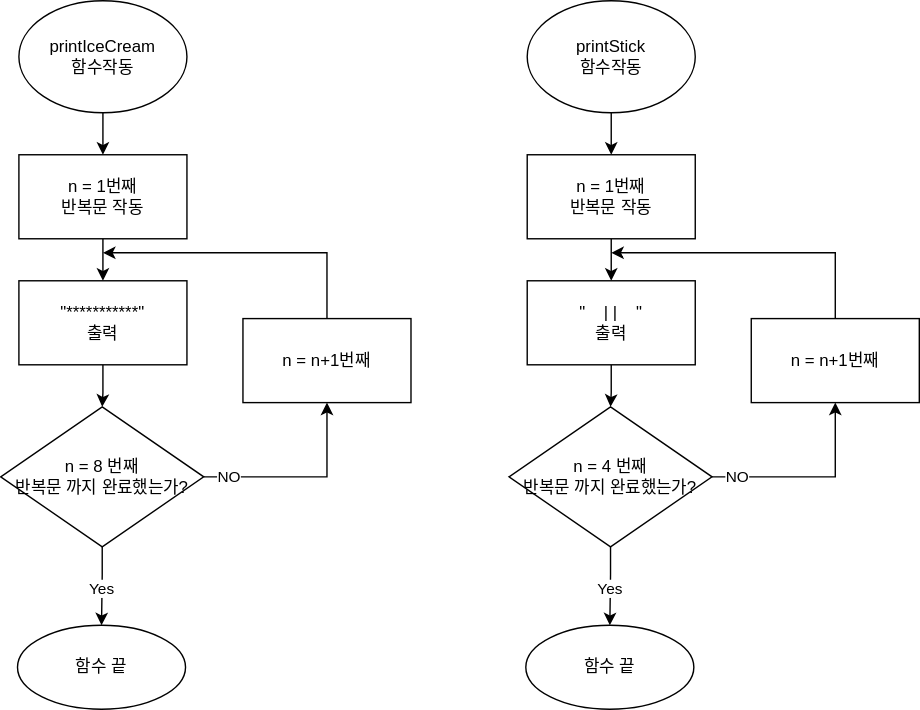
The draw.io diagram flowchart.svg in yagom-academy/swift-starter-Round1, before a commit. Source tidied: cells renumbered, new cells last; positions are measured from the earlier drawing's top-left corner, leaving out a move shared by most shapes.
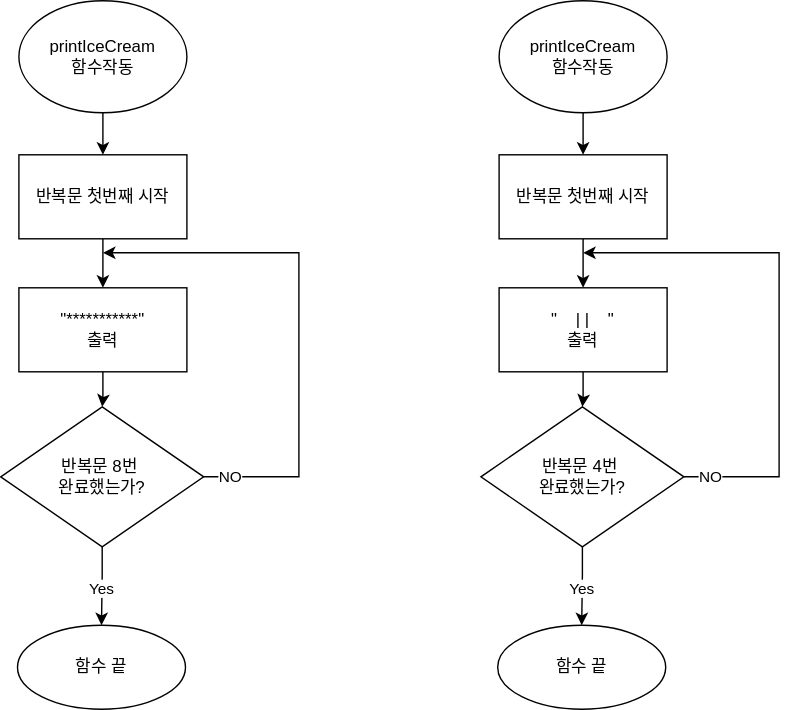
Later version of the same file.

Commit message:
code추가(아이스크림 길고짧게구현하는코드), flowchart 수정 (직관적으로)

The edit, as a diff of the source:
```diff
@@ -11,14 +11,14 @@
     <mxCell id="4" style="edgeStyle=orthogonalEdgeStyle;rounded=0;jettySize=auto;html=1;" parent="1" edge="1" source="5" target="7">
       <mxGeometry relative="1" as="geometry" />
     </mxCell>
-    <mxCell id="5" value="n = 1번째 &lt;br&gt;반복문 작동" style="whiteSpace=wrap;html=1;" parent="1" vertex="1">
+    <mxCell id="5" value="반복문 첫번째 시작" style="whiteSpace=wrap;html=1;" parent="1" vertex="1">
       <mxGeometry x="13" y="110" width="120" height="60" as="geometry" />
     </mxCell>
     <mxCell id="6" style="edgeStyle=orthogonalEdgeStyle;rounded=0;jettySize=auto;html=1;" parent="1" edge="1" source="7" target="10">
       <mxGeometry relative="1" as="geometry" />
     </mxCell>
     <mxCell id="7" value="&quot;***********&quot;&lt;br&gt;출력" style="whiteSpace=wrap;html=1;" parent="1" vertex="1">
-      <mxGeometry x="13" y="200" width="120" height="60" as="geometry" />
+      <mxGeometry x="13" y="205" width="120" height="60" as="geometry" />
     </mxCell>
     <mxCell id="8" value="Yes" style="edgeStyle=orthogonalEdgeStyle;rounded=0;jettySize=auto;html=1;" parent="1" edge="1" source="10" target="11">
       <mxGeometry x="0.07" relative="1" as="geometry">
@@ -27,72 +27,62 @@
         </Array>
       </mxGeometry>
     </mxCell>
-    <mxCell id="9" value="NO" style="edgeStyle=orthogonalEdgeStyle;rounded=0;jettySize=auto;html=1;entryX=0.5;entryY=1;entryDx=0;entryDy=0;" parent="1" edge="1" source="10" target="13">
-      <mxGeometry x="-0.74" relative="1" as="geometry" />
-    </mxCell>
+    <mxCell id="26" value="NO" style="edgeStyle=orthogonalEdgeStyle;rounded=0;jettySize=auto;html=1;" parent="1" edge="1" source="10">
+      <mxGeometry x="-0.9" relative="1" as="geometry">
+        <mxPoint x="73" y="180" as="targetPoint" />
+        <Array as="points">
+          <mxPoint x="213" y="340" />
+          <mxPoint x="213" y="180" />
+          <mxPoint x="133" y="180" />
+        </Array>
+      </mxGeometry>
+    </mxCell>
-    <mxCell id="10" value="n = 8 번째 &lt;br&gt;반복문 까지 완료했는가?" style="rhombus;whiteSpace=wrap;html=1;" parent="1" vertex="1">
+    <mxCell id="10" value="반복문 8번&amp;nbsp;&lt;br&gt;완료했는가?" style="rhombus;whiteSpace=wrap;html=1;" parent="1" vertex="1">
       <mxGeometry y="290" width="145" height="100" as="geometry" />
     </mxCell>
     <mxCell id="11" value="함수 끝" style="ellipse;whiteSpace=wrap;html=1;" parent="1" vertex="1">
       <mxGeometry x="12" y="446" width="120" height="60" as="geometry" />
     </mxCell>
-    <mxCell id="12" style="edgeStyle=orthogonalEdgeStyle;rounded=0;jettySize=auto;html=1;" parent="1" edge="1" source="13">
-      <mxGeometry relative="1" as="geometry">
-        <mxPoint x="73" y="180" as="targetPoint" />
-        <Array as="points">
-          <mxPoint x="233" y="180" />
-          <mxPoint x="73" y="180" />
-        </Array>
-      </mxGeometry>
-    </mxCell>
-    <mxCell id="13" value="n = n+1번째" style="rounded=0;whiteSpace=wrap;html=1;" parent="1" vertex="1">
-      <mxGeometry x="173" y="227" width="120" height="60" as="geometry" />
-    </mxCell>
-    <mxCell id="14" style="edgeStyle=orthogonalEdgeStyle;rounded=0;jettySize=auto;html=1;" parent="1" edge="1" source="15" target="17">
-      <mxGeometry relative="1" as="geometry" />
-    </mxCell>
-    <mxCell id="15" value="printStick&lt;br&gt;함수작동" style="ellipse;whiteSpace=wrap;html=1;" parent="1" vertex="1">
-      <mxGeometry x="376" width="120" height="80" as="geometry" />
-    </mxCell>
-    <mxCell id="16" style="edgeStyle=orthogonalEdgeStyle;rounded=0;jettySize=auto;html=1;" parent="1" edge="1" source="17" target="19">
-      <mxGeometry relative="1" as="geometry" />
-    </mxCell>
-    <mxCell id="17" value="n = 1번째 &lt;br&gt;반복문 작동" style="whiteSpace=wrap;html=1;" parent="1" vertex="1">
-      <mxGeometry x="376" y="110" width="120" height="60" as="geometry" />
-    </mxCell>
-    <mxCell id="18" style="edgeStyle=orthogonalEdgeStyle;rounded=0;jettySize=auto;html=1;" parent="1" edge="1" source="19" target="22">
-      <mxGeometry relative="1" as="geometry" />
-    </mxCell>
+    <mxCell id="27" style="edgeStyle=orthogonalEdgeStyle;rounded=0;jettySize=auto;html=1;" parent="1" edge="1" source="28" target="30">
+      <mxGeometry relative="1" as="geometry" />
+    </mxCell>
+    <mxCell id="28" value="printIceCream&lt;br&gt;함수작동" style="ellipse;whiteSpace=wrap;html=1;" parent="1" vertex="1">
+      <mxGeometry x="356" width="120" height="80" as="geometry" />
+    </mxCell>
+    <mxCell id="29" style="edgeStyle=orthogonalEdgeStyle;rounded=0;jettySize=auto;html=1;" parent="1" edge="1" source="30" target="19">
+      <mxGeometry relative="1" as="geometry" />
+    </mxCell>
+    <mxCell id="30" value="반복문 첫번째 시작" style="whiteSpace=wrap;html=1;" parent="1" vertex="1">
+      <mxGeometry x="356" y="110" width="120" height="60" as="geometry" />
+    </mxCell>
+    <mxCell id="31" style="edgeStyle=orthogonalEdgeStyle;rounded=0;jettySize=auto;html=1;" parent="1" edge="1" source="19" target="33">
+      <mxGeometry relative="1" as="geometry" />
+    </mxCell>
     <mxCell id="19" value="&quot;&amp;nbsp; &amp;nbsp; | |&amp;nbsp; &amp;nbsp; &quot;&lt;br&gt;출력" style="whiteSpace=wrap;html=1;" parent="1" vertex="1">
-      <mxGeometry x="376" y="200" width="120" height="60" as="geometry" />
+      <mxGeometry x="356" y="205" width="120" height="60" as="geometry" />
     </mxCell>
-    <mxCell id="20" value="Yes" style="edgeStyle=orthogonalEdgeStyle;rounded=0;jettySize=auto;html=1;" parent="1" edge="1" source="22" target="23">
+    <mxCell id="20" value="Yes" style="edgeStyle=orthogonalEdgeStyle;rounded=0;jettySize=auto;html=1;" parent="1" edge="1" source="33" target="23">
       <mxGeometry x="0.07" relative="1" as="geometry">
         <Array as="points">
-          <mxPoint x="436" y="410" />
+          <mxPoint x="416" y="410" />
         </Array>
       </mxGeometry>
     </mxCell>
-    <mxCell id="21" value="NO" style="edgeStyle=orthogonalEdgeStyle;rounded=0;jettySize=auto;html=1;entryX=0.5;entryY=1;entryDx=0;entryDy=0;" parent="1" edge="1" source="22" target="25">
-      <mxGeometry x="-0.74" relative="1" as="geometry" />
-    </mxCell>
-    <mxCell id="22" value="n = 4 번째 &lt;br&gt;반복문 까지 완료했는가?" style="rhombus;whiteSpace=wrap;html=1;" parent="1" vertex="1">
-      <mxGeometry x="363" y="290" width="145" height="100" as="geometry" />
-    </mxCell>
+    <mxCell id="32" value="NO" style="edgeStyle=orthogonalEdgeStyle;rounded=0;jettySize=auto;html=1;" parent="1" edge="1" source="33">
+      <mxGeometry x="-0.9" relative="1" as="geometry">
+        <mxPoint x="416" y="180" as="targetPoint" />
+        <Array as="points">
+          <mxPoint x="556" y="340" />
+          <mxPoint x="556" y="180" />
+          <mxPoint x="476" y="180" />
+        </Array>
+      </mxGeometry>
+    </mxCell>
+    <mxCell id="33" value="반복문 4번&amp;nbsp;&lt;br&gt;완료했는가?" style="rhombus;whiteSpace=wrap;html=1;" parent="1" vertex="1">
+      <mxGeometry x="343" y="290" width="145" height="100" as="geometry" />
+    </mxCell>
     <mxCell id="23" value="함수 끝" style="ellipse;whiteSpace=wrap;html=1;" parent="1" vertex="1">
-      <mxGeometry x="375" y="446" width="120" height="60" as="geometry" />
+      <mxGeometry x="355" y="446" width="120" height="60" as="geometry" />
     </mxCell>
-    <mxCell id="24" style="edgeStyle=orthogonalEdgeStyle;rounded=0;jettySize=auto;html=1;" parent="1" edge="1" source="25">
-      <mxGeometry relative="1" as="geometry">
-        <mxPoint x="436" y="180" as="targetPoint" />
-        <Array as="points">
-          <mxPoint x="596" y="180" />
-          <mxPoint x="436" y="180" />
-        </Array>
-      </mxGeometry>
-    </mxCell>
-    <mxCell id="25" value="n = n+1번째" style="rounded=0;whiteSpace=wrap;html=1;" parent="1" vertex="1">
-      <mxGeometry x="536" y="227" width="120" height="60" as="geometry" />
-    </mxCell>
   </root>
 </mxGraphModel>
```
